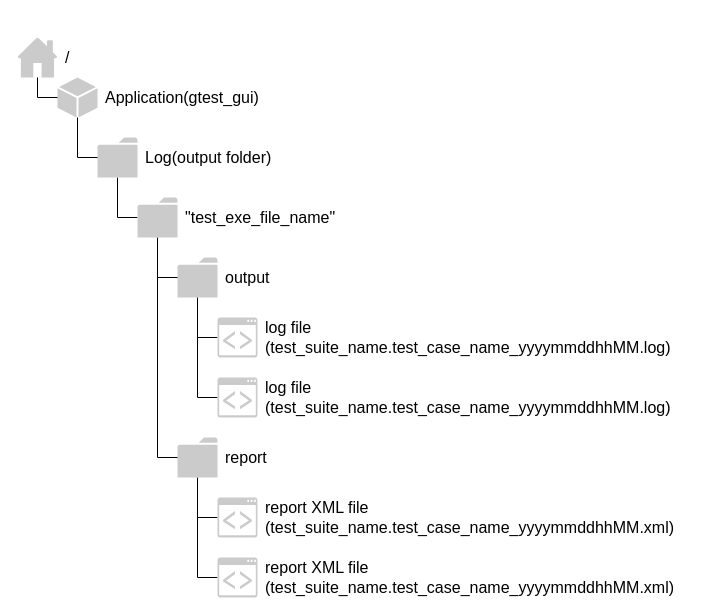
This is google_test/google_test_gui/doc/folder_structure.drawio from CountrySideEngineer/TestSupportTools, a draw.io file, before an edit. Source tidied: cells renumbered, new cells numbered last; positions are measured from the earlier drawing's top-left corner, leaving out a move shared by most shapes. Both pictures are drawn from the tidied source at 100%, with x=0, y=0 at pixel (17, 37).
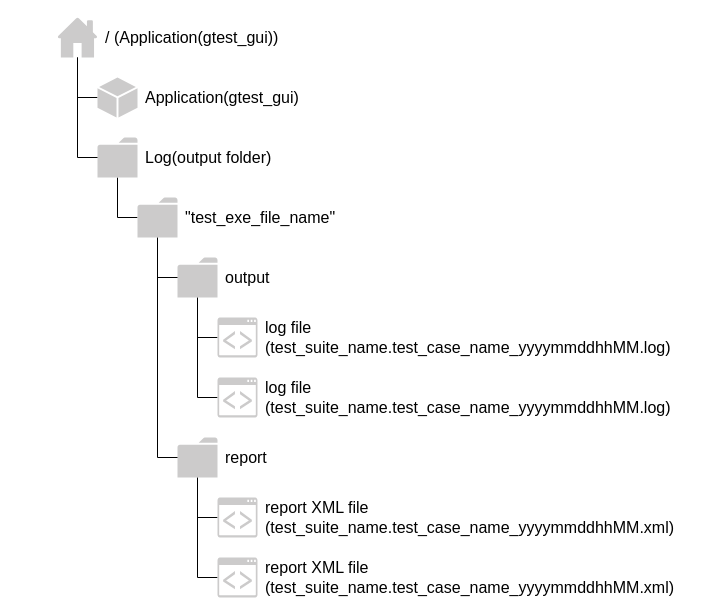
After the change.

Commit message:
Update design of directory structure the application will output.

Unchanged cells that the change refers to:
```xml
<mxCell id="5" style="shadow=0;dashed=0;html=1;strokeColor=none;labelPosition=center;verticalLabelPosition=bottom;verticalAlign=top;outlineConnect=0;align=center;shape=mxgraph.office.concepts.folder;fillColor=#CCCBCB;" parent="1" vertex="1">
  <mxGeometry x="80" y="100" width="40" height="40" as="geometry" />
</mxCell>
```

Diff of the diagram source:
```diff
@@
-    <mxCell id="6" style="edgeStyle=orthogonalEdgeStyle;rounded=0;jettySize=auto;html=1;endArrow=none;endFill=0;" parent="1" edge="1" source="7" target="5">
+    <mxCell id="6" style="edgeStyle=orthogonalEdgeStyle;rounded=0;jettySize=auto;html=1;endArrow=none;endFill=0;" parent="1" edge="1" target="31">
       <mxGeometry relative="1" as="geometry">
+        <mxPoint x="60" y="20" as="sourcePoint" />
         <Array as="points">
-          <mxPoint x="60" y="120" />
+          <mxPoint x="60" y="60" />
         </Array>
       </mxGeometry>
     </mxCell>
-    <mxCell id="7" style="shadow=0;dashed=0;html=1;strokeColor=none;labelPosition=center;verticalLabelPosition=bottom;verticalAlign=top;outlineConnect=0;align=center;shape=mxgraph.office.concepts.node_generic;fillColor=#CCCBCB;" parent="1" vertex="1">
-      <mxGeometry x="40" y="40" width="40" height="40" as="geometry" />
-    </mxCell>
-    <mxCell id="8" value="Application(gtest_gui)" style="text;html=1;strokeColor=none;fillColor=none;align=left;verticalAlign=middle;whiteSpace=wrap;rounded=0;fontSize=16;spacingLeft=6;" parent="1" vertex="1">
-      <mxGeometry x="80" y="40" width="200" height="40" as="geometry" />
+    <mxCell id="8" value="/ (Application(gtest_gui))" style="text;html=1;strokeColor=none;fillColor=none;align=left;verticalAlign=middle;whiteSpace=wrap;rounded=0;fontSize=16;spacingLeft=6;" parent="1" vertex="1">
+      <mxGeometry x="80" y="-20" width="200" height="40" as="geometry" />
     </mxCell>
@@
-    <mxCell id="10" style="edgeStyle=orthogonalEdgeStyle;rounded=0;jettySize=auto;html=1;endArrow=none;endFill=0;" parent="1" edge="1" source="11" target="7">
-      <mxGeometry relative="1" as="geometry">
-        <Array as="points">
-          <mxPoint x="20" y="60" />
-        </Array>
-      </mxGeometry>
-    </mxCell>
     <mxCell id="11" style="shadow=0;dashed=0;html=1;strokeColor=none;labelPosition=center;verticalLabelPosition=bottom;verticalAlign=top;outlineConnect=0;align=center;shape=mxgraph.office.concepts.home;fillColor=#CCCBCB;" parent="1" vertex="1">
-      <mxGeometry width="40" height="40" as="geometry" />
+      <mxGeometry x="40" y="-20" width="40" height="40" as="geometry" />
     </mxCell>
-    <mxCell id="12" value="/" style="text;html=1;strokeColor=none;fillColor=none;align=left;verticalAlign=middle;whiteSpace=wrap;rounded=0;fontSize=16;spacingLeft=6;" parent="1" vertex="1">
-      <mxGeometry x="40" width="200" height="40" as="geometry" />
-    </mxCell>
@@
+    <mxCell id="31" style="shadow=0;dashed=0;html=1;strokeColor=none;labelPosition=center;verticalLabelPosition=bottom;verticalAlign=top;outlineConnect=0;align=center;shape=mxgraph.office.concepts.node_generic;fillColor=#CCCBCB;" parent="1" vertex="1">
+      <mxGeometry x="80" y="40" width="40" height="40" as="geometry" />
+    </mxCell>
+    <mxCell id="32" value="Application(gtest_gui)" style="text;html=1;strokeColor=none;fillColor=none;align=left;verticalAlign=middle;whiteSpace=wrap;rounded=0;fontSize=16;spacingLeft=6;" parent="1" vertex="1">
+      <mxGeometry x="120" y="40" width="200" height="40" as="geometry" />
+    </mxCell>
+    <mxCell id="33" style="edgeStyle=orthogonalEdgeStyle;rounded=0;jettySize=auto;html=1;endArrow=none;endFill=0;" parent="1" edge="1" source="11" target="5">
+      <mxGeometry relative="1" as="geometry">
+        <Array as="points">
+          <mxPoint x="60" y="120" />
+        </Array>
+      </mxGeometry>
+    </mxCell>
```
